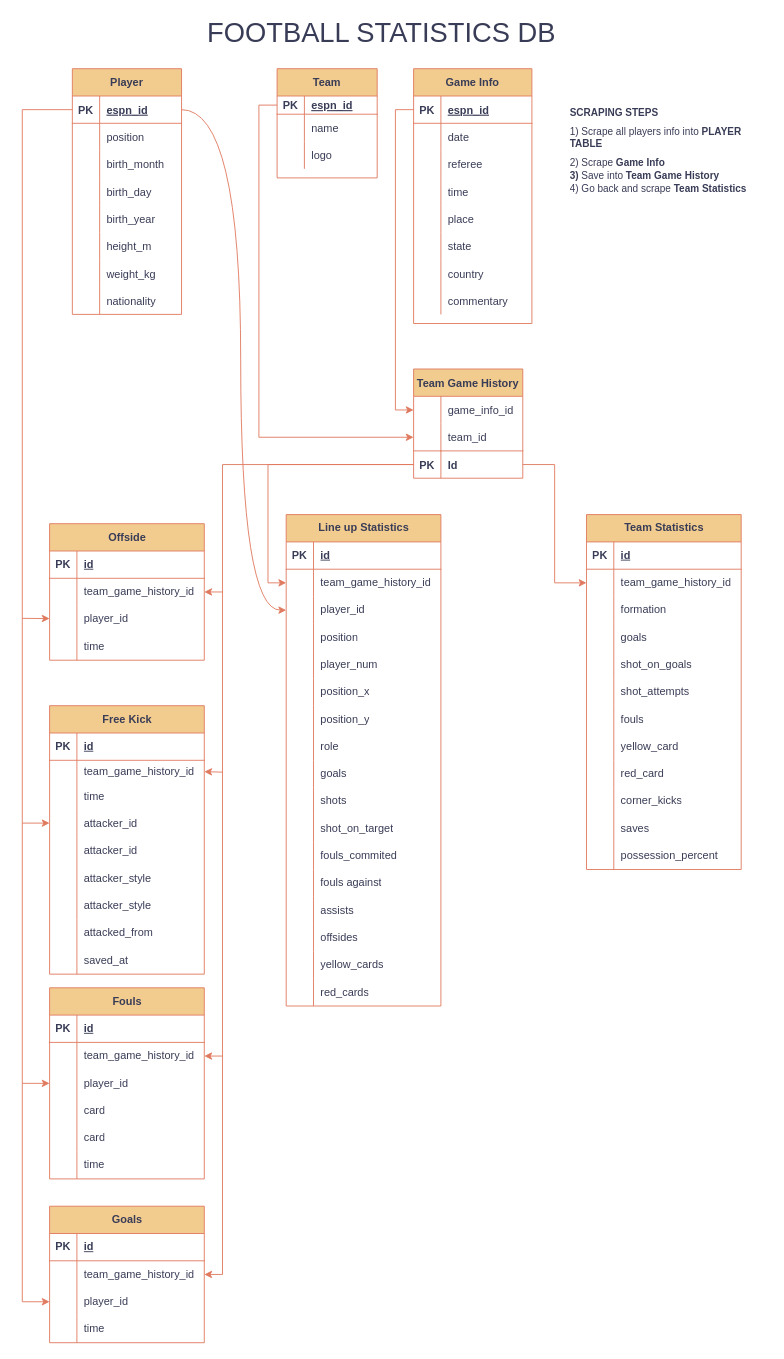
This is Untitled Diagram.drawio from DDstar1/espn, a draw.io file, before an edit. Source tidied: cells renumbered, new cells numbered last; positions are measured from the earlier drawing's top-left corner, leaving out a move shared by most shapes. Both pictures are drawn from the tidied source at 91%, with x=0, y=0 at pixel (22, 18).
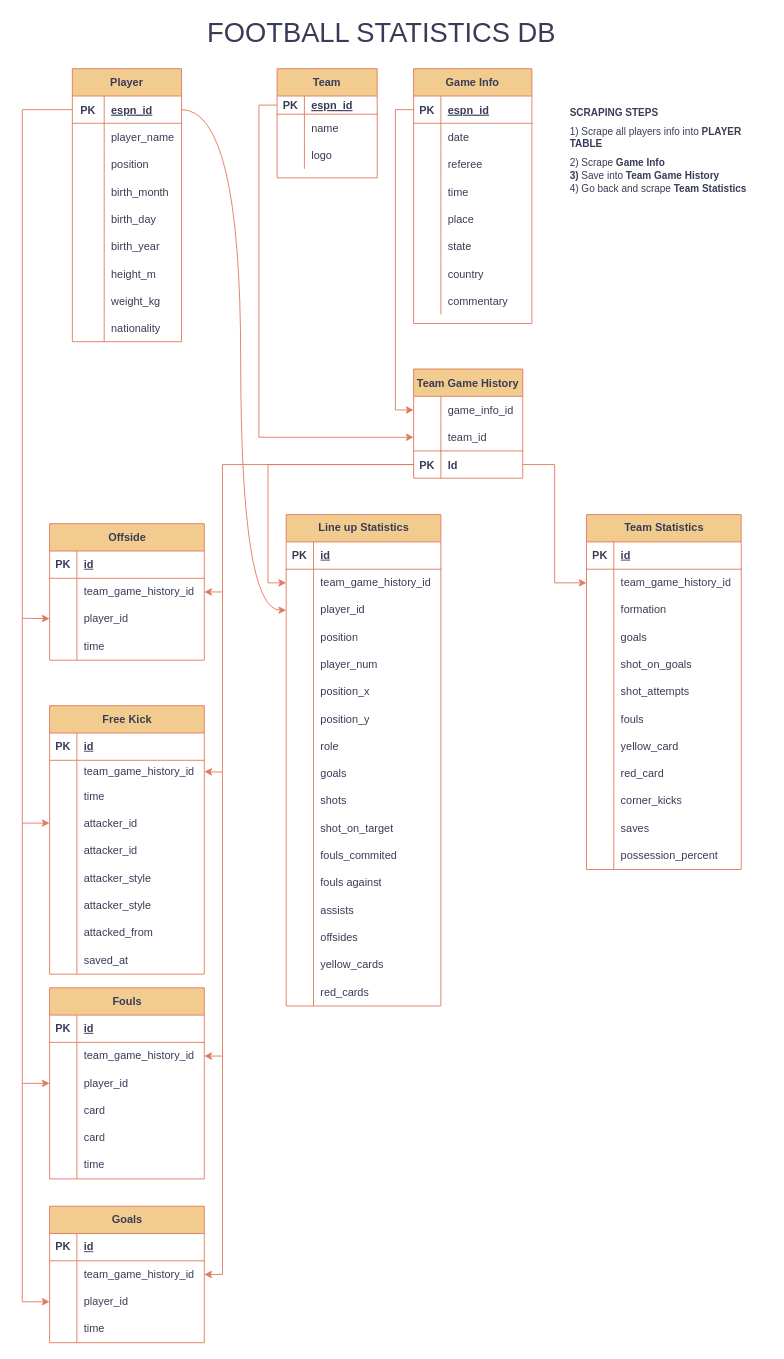
The same page after the edit.

The change refers to these unchanged cells:
```xml
<mxCell id="158" style="shape=partialRectangle;fillColor=none;points=[[0,0.5],[1,0.5]];portConstraint=eastwest;top=0;left=0;right=0;bottom=1;labelBackgroundColor=none;strokeColor=#E07A5F;fontColor=#393C56;" parent="157" vertex="1">
  <mxGeometry y="30" width="120" height="30" as="geometry" />
</mxCell>
```

What changed in the source:
```diff
@@
     <mxCell id="157" value="Player" style="shape=table;startSize=30;childLayout=tableLayout;rowLines=0;fontStyle=1;align=center;labelBackgroundColor=none;fillColor=#F2CC8F;strokeColor=#E07A5F;fontColor=#393C56;" parent="1" vertex="1">
-      <mxGeometry x="55" y="55" width="120" height="270" as="geometry" />
+      <mxGeometry x="55" y="55" width="120" height="300" as="geometry" />
     </mxCell>
@@
     <mxCell id="159" value="PK" style="shape=partialRectangle;overflow=hidden;fillColor=none;top=0;left=0;bottom=0;right=0;fontStyle=1;labelBackgroundColor=none;strokeColor=#E07A5F;fontColor=#393C56;" parent="158" vertex="1">
-      <mxGeometry width="30" height="30" as="geometry" />
+      <mxGeometry width="35" height="30" as="geometry" />
     </mxCell>
     <mxCell id="160" value="espn_id" style="shape=partialRectangle;overflow=hidden;fillColor=none;top=0;left=0;bottom=0;right=0;align=left;spacingLeft=6;fontStyle=5;labelBackgroundColor=none;strokeColor=#E07A5F;fontColor=#393C56;" parent="158" vertex="1">
-      <mxGeometry x="30" width="90" height="30" as="geometry" />
+      <mxGeometry x="35" width="85" height="30" as="geometry" />
     </mxCell>
+    <mxCell id="250" style="shape=partialRectangle;fillColor=none;top=0;left=0;right=0;bottom=0;labelBackgroundColor=none;strokeColor=#E07A5F;fontColor=#393C56;" parent="157" vertex="1">
+      <mxGeometry y="60" width="120" height="30" as="geometry" />
+    </mxCell>
+    <mxCell id="251" style="shape=partialRectangle;overflow=hidden;fillColor=none;top=0;left=0;bottom=0;right=0;labelBackgroundColor=none;strokeColor=#E07A5F;fontColor=#393C56;" parent="250" vertex="1">
+      <mxGeometry width="35" height="30" as="geometry" />
+    </mxCell>
+    <mxCell id="252" value="player_name" style="shape=partialRectangle;overflow=hidden;fillColor=none;top=0;left=0;bottom=0;right=0;align=left;spacingLeft=6;labelBackgroundColor=none;strokeColor=#E07A5F;fontColor=#393C56;" parent="250" vertex="1">
+      <mxGeometry x="35" width="85" height="30" as="geometry" />
+    </mxCell>
     <mxCell id="161" style="shape=partialRectangle;fillColor=none;top=0;left=0;right=0;bottom=0;labelBackgroundColor=none;strokeColor=#E07A5F;fontColor=#393C56;" parent="157" vertex="1">
-      <mxGeometry y="60" width="120" height="30" as="geometry" />
+      <mxGeometry y="90" width="120" height="30" as="geometry" />
     </mxCell>
     <mxCell id="162" style="shape=partialRectangle;overflow=hidden;fillColor=none;top=0;left=0;bottom=0;right=0;labelBackgroundColor=none;strokeColor=#E07A5F;fontColor=#393C56;" parent="161" vertex="1">
-      <mxGeometry width="30" height="30" as="geometry" />
+      <mxGeometry width="35" height="30" as="geometry" />
     </mxCell>
     <mxCell id="163" value="position" style="shape=partialRectangle;overflow=hidden;fillColor=none;top=0;left=0;bottom=0;right=0;align=left;spacingLeft=6;labelBackgroundColor=none;strokeColor=#E07A5F;fontColor=#393C56;" parent="161" vertex="1">
-      <mxGeometry x="30" width="90" height="30" as="geometry" />
+      <mxGeometry x="35" width="85" height="30" as="geometry" />
     </mxCell>
     <mxCell id="164" style="shape=partialRectangle;fillColor=none;top=0;left=0;right=0;bottom=0;labelBackgroundColor=none;strokeColor=#E07A5F;fontColor=#393C56;" parent="157" vertex="1">
-      <mxGeometry y="90" width="120" height="30" as="geometry" />
+      <mxGeometry y="120" width="120" height="30" as="geometry" />
     </mxCell>
     <mxCell id="165" style="shape=partialRectangle;overflow=hidden;fillColor=none;top=0;left=0;bottom=0;right=0;labelBackgroundColor=none;strokeColor=#E07A5F;fontColor=#393C56;" parent="164" vertex="1">
-      <mxGeometry width="30" height="30" as="geometry" />
+      <mxGeometry width="35" height="30" as="geometry" />
     </mxCell>
     <mxCell id="166" value="birth_month" style="shape=partialRectangle;overflow=hidden;fillColor=none;top=0;left=0;bottom=0;right=0;align=left;spacingLeft=6;labelBackgroundColor=none;strokeColor=#E07A5F;fontColor=#393C56;" parent="164" vertex="1">
-      <mxGeometry x="30" width="90" height="30" as="geometry" />
+      <mxGeometry x="35" width="85" height="30" as="geometry" />
     </mxCell>
     <mxCell id="167" style="shape=partialRectangle;fillColor=none;top=0;left=0;right=0;bottom=0;labelBackgroundColor=none;strokeColor=#E07A5F;fontColor=#393C56;" parent="157" vertex="1">
-      <mxGeometry y="120" width="120" height="30" as="geometry" />
+      <mxGeometry y="150" width="120" height="30" as="geometry" />
     </mxCell>
     <mxCell id="168" style="shape=partialRectangle;overflow=hidden;fillColor=none;top=0;left=0;bottom=0;right=0;labelBackgroundColor=none;strokeColor=#E07A5F;fontColor=#393C56;" parent="167" vertex="1">
-      <mxGeometry width="30" height="30" as="geometry" />
+      <mxGeometry width="35" height="30" as="geometry" />
     </mxCell>
     <mxCell id="169" value="birth_day" style="shape=partialRectangle;overflow=hidden;fillColor=none;top=0;left=0;bottom=0;right=0;align=left;spacingLeft=6;labelBackgroundColor=none;strokeColor=#E07A5F;fontColor=#393C56;" parent="167" vertex="1">
-      <mxGeometry x="30" width="90" height="30" as="geometry" />
+      <mxGeometry x="35" width="85" height="30" as="geometry" />
     </mxCell>
     <mxCell id="170" style="shape=partialRectangle;fillColor=none;top=0;left=0;right=0;bottom=0;labelBackgroundColor=none;strokeColor=#E07A5F;fontColor=#393C56;" parent="157" vertex="1">
-      <mxGeometry y="150" width="120" height="30" as="geometry" />
+      <mxGeometry y="180" width="120" height="30" as="geometry" />
     </mxCell>
     <mxCell id="171" style="shape=partialRectangle;overflow=hidden;fillColor=none;top=0;left=0;bottom=0;right=0;labelBackgroundColor=none;strokeColor=#E07A5F;fontColor=#393C56;" parent="170" vertex="1">
-      <mxGeometry width="30" height="30" as="geometry" />
+      <mxGeometry width="35" height="30" as="geometry" />
     </mxCell>
     <mxCell id="172" value="birth_year" style="shape=partialRectangle;overflow=hidden;fillColor=none;top=0;left=0;bottom=0;right=0;align=left;spacingLeft=6;labelBackgroundColor=none;strokeColor=#E07A5F;fontColor=#393C56;" parent="170" vertex="1">
-      <mxGeometry x="30" width="90" height="30" as="geometry" />
+      <mxGeometry x="35" width="85" height="30" as="geometry" />
     </mxCell>
     <mxCell id="173" style="shape=partialRectangle;fillColor=none;top=0;left=0;right=0;bottom=0;labelBackgroundColor=none;strokeColor=#E07A5F;fontColor=#393C56;" parent="157" vertex="1">
-      <mxGeometry y="180" width="120" height="30" as="geometry" />
+      <mxGeometry y="210" width="120" height="30" as="geometry" />
     </mxCell>
     <mxCell id="174" style="shape=partialRectangle;overflow=hidden;fillColor=none;top=0;left=0;bottom=0;right=0;labelBackgroundColor=none;strokeColor=#E07A5F;fontColor=#393C56;" parent="173" vertex="1">
-      <mxGeometry width="30" height="30" as="geometry" />
+      <mxGeometry width="35" height="30" as="geometry" />
     </mxCell>
     <mxCell id="175" value="height_m" style="shape=partialRectangle;overflow=hidden;fillColor=none;top=0;left=0;bottom=0;right=0;align=left;spacingLeft=6;labelBackgroundColor=none;strokeColor=#E07A5F;fontColor=#393C56;" parent="173" vertex="1">
-      <mxGeometry x="30" width="90" height="30" as="geometry" />
+      <mxGeometry x="35" width="85" height="30" as="geometry" />
     </mxCell>
     <mxCell id="176" style="shape=partialRectangle;fillColor=none;top=0;left=0;right=0;bottom=0;labelBackgroundColor=none;strokeColor=#E07A5F;fontColor=#393C56;" parent="157" vertex="1">
-      <mxGeometry y="210" width="120" height="30" as="geometry" />
+      <mxGeometry y="240" width="120" height="30" as="geometry" />
     </mxCell>
     <mxCell id="177" style="shape=partialRectangle;overflow=hidden;fillColor=none;top=0;left=0;bottom=0;right=0;labelBackgroundColor=none;strokeColor=#E07A5F;fontColor=#393C56;" parent="176" vertex="1">
-      <mxGeometry width="30" height="30" as="geometry" />
+      <mxGeometry width="35" height="30" as="geometry" />
     </mxCell>
     <mxCell id="178" value="weight_kg" style="shape=partialRectangle;overflow=hidden;fillColor=none;top=0;left=0;bottom=0;right=0;align=left;spacingLeft=6;labelBackgroundColor=none;strokeColor=#E07A5F;fontColor=#393C56;" parent="176" vertex="1">
-      <mxGeometry x="30" width="90" height="30" as="geometry" />
+      <mxGeometry x="35" width="85" height="30" as="geometry" />
     </mxCell>
     <mxCell id="179" style="shape=partialRectangle;fillColor=none;top=0;left=0;right=0;bottom=0;labelBackgroundColor=none;strokeColor=#E07A5F;fontColor=#393C56;" parent="157" vertex="1">
-      <mxGeometry y="240" width="120" height="30" as="geometry" />
+      <mxGeometry y="270" width="120" height="30" as="geometry" />
     </mxCell>
     <mxCell id="180" style="shape=partialRectangle;overflow=hidden;fillColor=none;top=0;left=0;bottom=0;right=0;labelBackgroundColor=none;strokeColor=#E07A5F;fontColor=#393C56;" parent="179" vertex="1">
-      <mxGeometry width="30" height="30" as="geometry" />
+      <mxGeometry width="35" height="30" as="geometry" />
     </mxCell>
     <mxCell id="181" value="nationality" style="shape=partialRectangle;overflow=hidden;fillColor=none;top=0;left=0;bottom=0;right=0;align=left;spacingLeft=6;labelBackgroundColor=none;strokeColor=#E07A5F;fontColor=#393C56;" parent="179" vertex="1">
-      <mxGeometry x="30" width="90" height="30" as="geometry" />
+      <mxGeometry x="35" width="85" height="30" as="geometry" />
     </mxCell>
```
